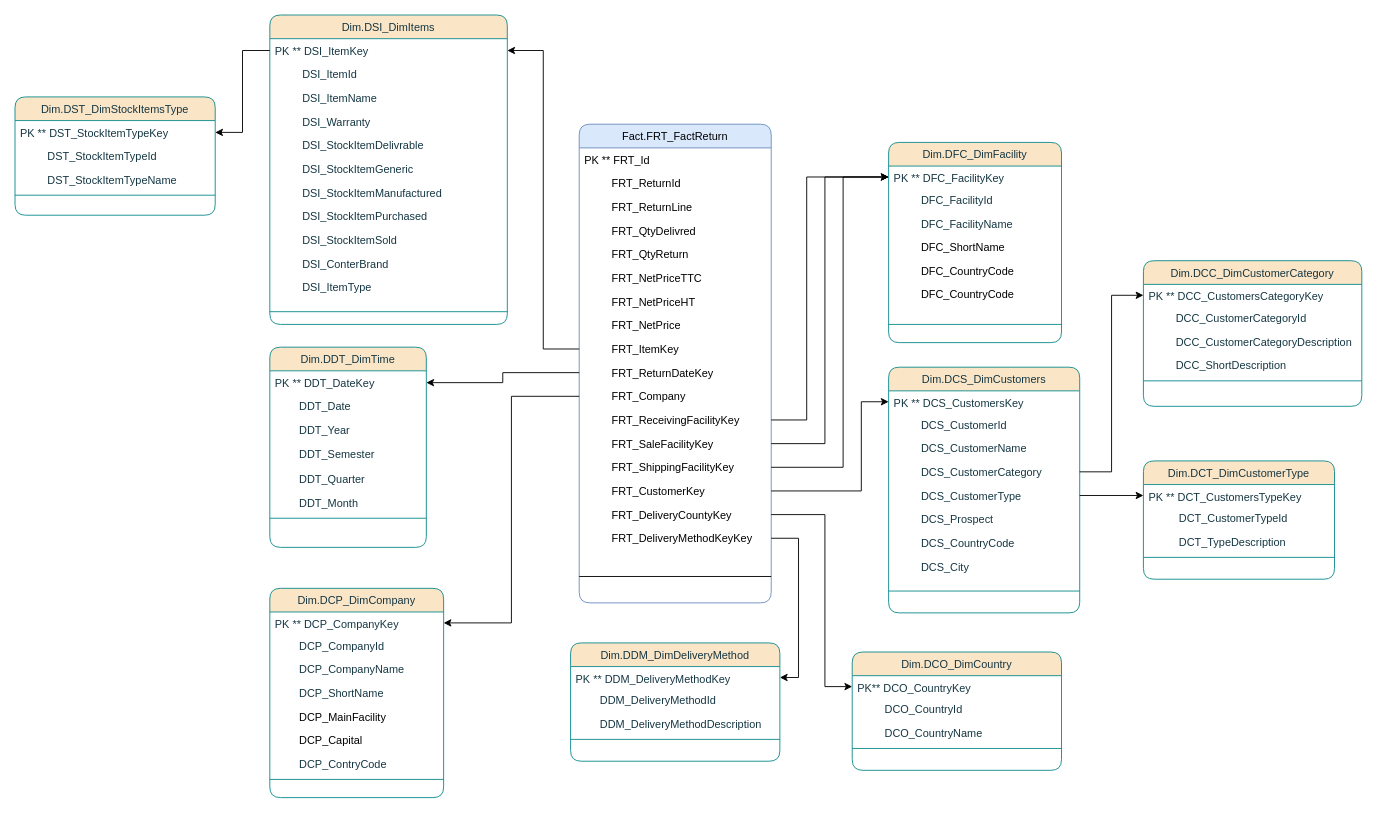
Earlier version of the draw.io diagram diagramme RETURN.drawio (BorchaniMohamed/BI_PROJECT_PFE). Source tidied: cells renumbered, new cells numbered last; positions are measured from the earlier drawing's top-left corner, leaving out a move shared by most shapes. Both pictures are drawn from the tidied source at 91%, with x=0, y=0 at pixel (15, 15).
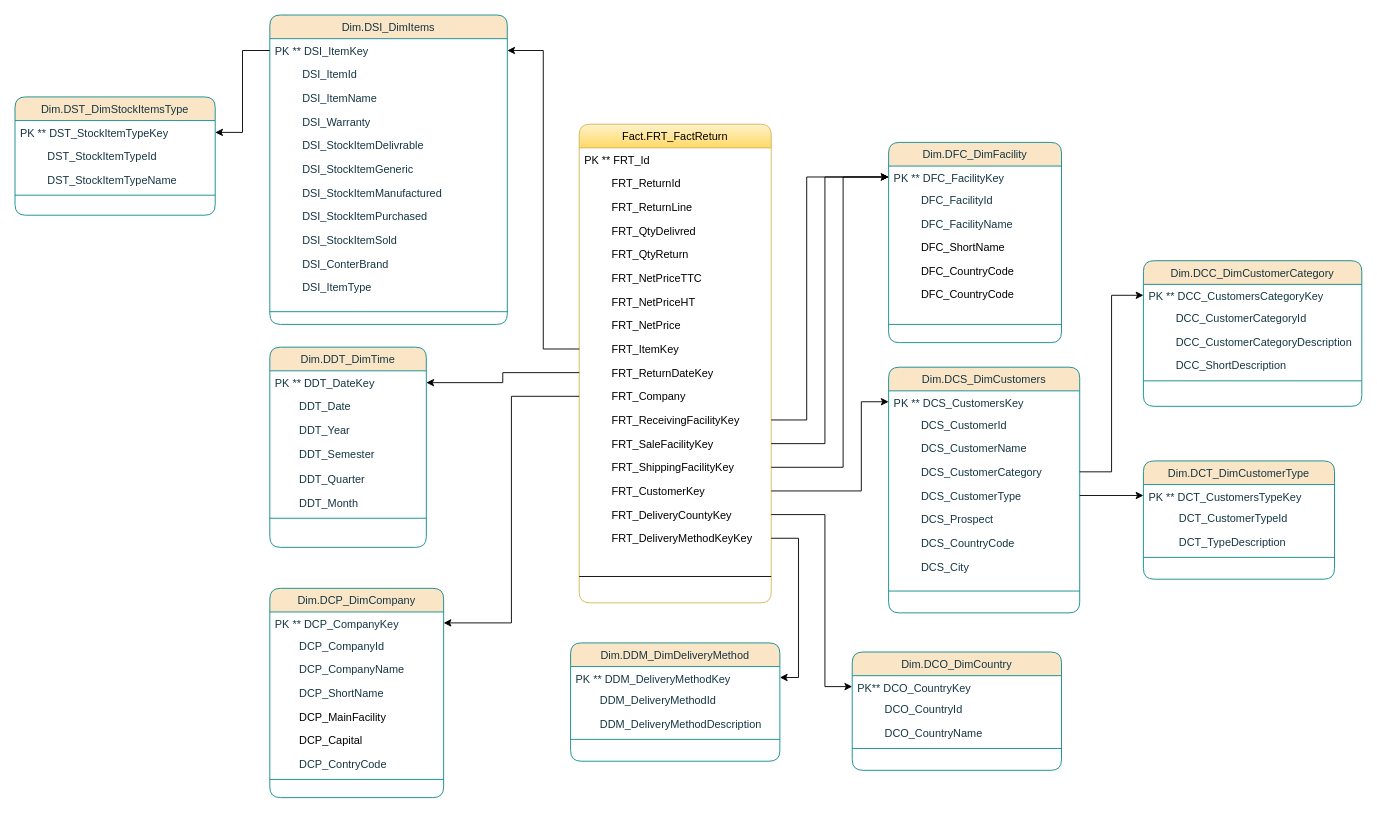
Above is the later version.

Commit message:
Mettre à jour diagramme RETURN.drawio

The edit, as a diff of the source:
```diff
@@
-    <mxCell id="2" value="Fact.FRT_FactReturn" style="swimlane;fontStyle=0;align=center;verticalAlign=top;horizontal=1;startSize=26;rounded=1;shadow=0;strokeWidth=1;fillColor=#dae8fc;strokeColor=#6c8ebf;" parent="1" vertex="1">
+    <mxCell id="2" value="Fact.FRT_FactReturn" style="swimlane;fontStyle=0;align=center;verticalAlign=top;horizontal=1;startSize=26;rounded=1;shadow=0;strokeWidth=1;fillColor=#fff2cc;strokeColor=#d6b656;gradientColor=#ffd966;" parent="1" vertex="1">
       <mxGeometry x="620" y="120" width="211" height="526" as="geometry" />
     </mxCell>
```
